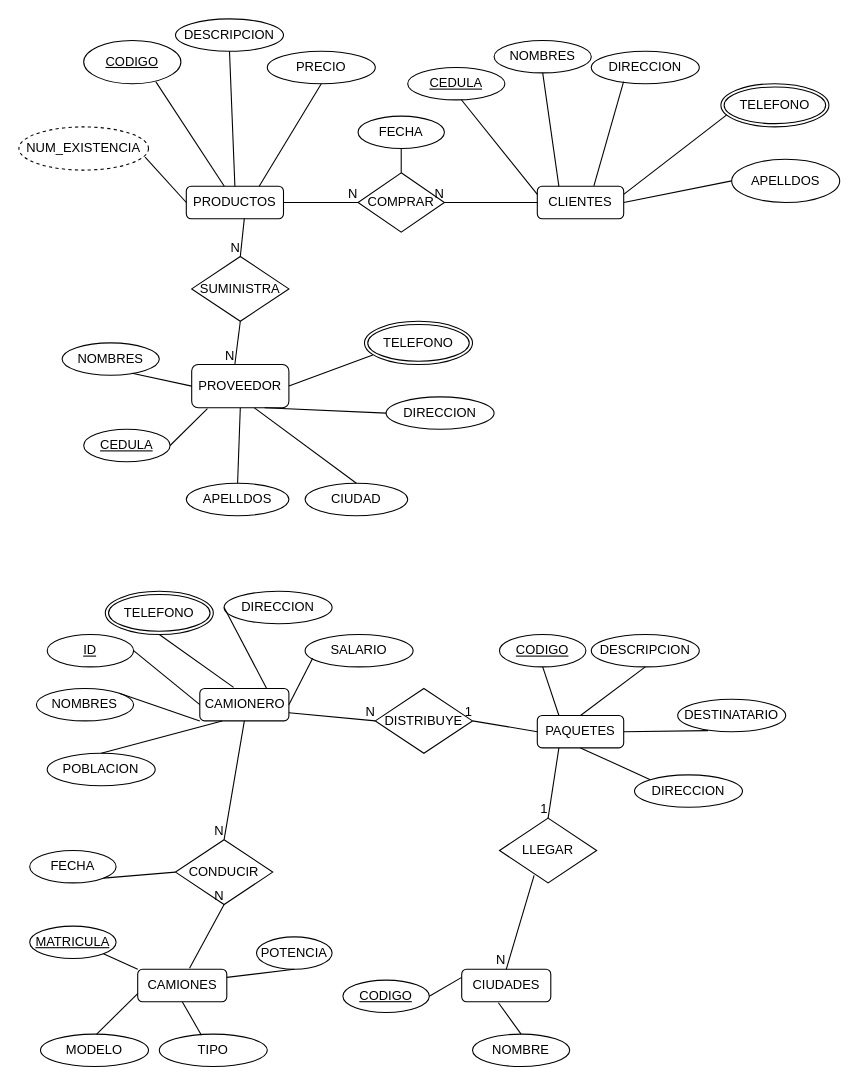
Before: Diagrama sin título.drawio in ncardenr/Miprimergit, a draw.io diagram. Source tidied: cells renumbered, new cells numbered last; positions are measured from the earlier drawing's top-left corner, leaving out a move shared by most shapes. Both pictures are drawn from the tidied source at 108%, with x=0, y=0 at pixel (18, 18).
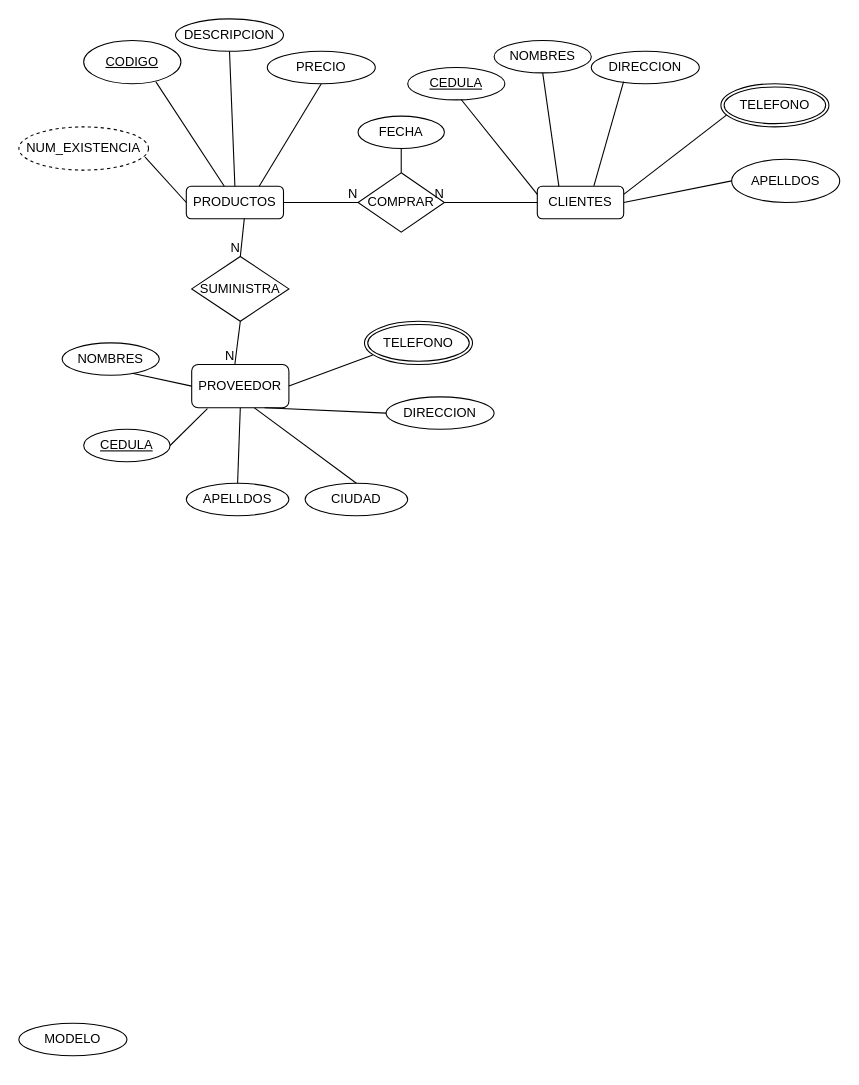
After the change.

Diff of the diagram source:
```diff
@@
-    <mxCell id="47" value="CAMIONERO" style="rounded=1;whiteSpace=wrap;html=1;" parent="1" vertex="1">
-      <mxGeometry x="167.5" y="620" width="82.5" height="30" as="geometry" />
-    </mxCell>
-    <mxCell id="48" value="NOMBRES" style="ellipse;whiteSpace=wrap;html=1;align=center;" parent="1" vertex="1">
-      <mxGeometry x="16.2" y="620" width="90" height="30" as="geometry" />
-    </mxCell>
-    <mxCell id="49" value="TELEFONO" style="ellipse;shape=doubleEllipse;margin=3;whiteSpace=wrap;html=1;align=center;" parent="1" vertex="1">
-      <mxGeometry x="80" y="530" width="100" height="40" as="geometry" />
-    </mxCell>
-    <mxCell id="50" value="DIRECCION" style="ellipse;whiteSpace=wrap;html=1;align=center;" parent="1" vertex="1">
-      <mxGeometry x="190" y="530" width="100" height="30" as="geometry" />
-    </mxCell>
-    <mxCell id="51" value="SALARIO" style="ellipse;whiteSpace=wrap;html=1;align=center;" parent="1" vertex="1">
-      <mxGeometry x="265" y="570" width="100" height="30" as="geometry" />
-    </mxCell>
-    <mxCell id="52" value="POBLACION" style="ellipse;whiteSpace=wrap;html=1;align=center;" parent="1" vertex="1">
-      <mxGeometry x="26.2" y="680" width="100" height="30" as="geometry" />
-    </mxCell>
-    <mxCell id="53" value="PAQUETES" style="rounded=1;whiteSpace=wrap;html=1;" parent="1" vertex="1">
-      <mxGeometry x="480" y="645" width="80" height="30" as="geometry" />
-    </mxCell>
-    <mxCell id="54" value="ID" style="ellipse;whiteSpace=wrap;html=1;align=center;fontStyle=4;" parent="1" vertex="1">
-      <mxGeometry x="26.2" y="570" width="80" height="30" as="geometry" />
-    </mxCell>
-    <mxCell id="55" value="CODIGO" style="ellipse;whiteSpace=wrap;html=1;align=center;fontStyle=4;" parent="1" vertex="1">
-      <mxGeometry x="445" y="570" width="80" height="30" as="geometry" />
-    </mxCell>
-    <mxCell id="56" value="DESCRIPCION" style="ellipse;whiteSpace=wrap;html=1;align=center;" parent="1" vertex="1">
-      <mxGeometry x="530" y="570" width="100" height="30" as="geometry" />
-    </mxCell>
-    <mxCell id="57" value="DESTINATARIO" style="ellipse;whiteSpace=wrap;html=1;align=center;" parent="1" vertex="1">
-      <mxGeometry x="610" y="630" width="100" height="30" as="geometry" />
-    </mxCell>
-    <mxCell id="58" value="DIRECCION" style="ellipse;whiteSpace=wrap;html=1;align=center;" parent="1" vertex="1">
-      <mxGeometry x="570" y="700" width="100" height="30" as="geometry" />
-    </mxCell>
-    <mxCell id="59" style="endArrow=none;html=1;rounded=0;exitX=0.379;exitY=-0.033;exitDx=0;exitDy=0;exitPerimeter=0;entryX=0.5;entryY=1;entryDx=0;entryDy=0;" parent="1" edge="1" source="47" target="49">
-      <mxGeometry relative="1" as="geometry" />
-    </mxCell>
-    <mxCell id="60" style="endArrow=none;html=1;rounded=0;entryX=0.25;entryY=1;entryDx=0;entryDy=0;exitX=0.5;exitY=0;exitDx=0;exitDy=0;" parent="1" edge="1" source="52" target="47">
-      <mxGeometry relative="1" as="geometry" />
-    </mxCell>
-    <mxCell id="61" style="endArrow=none;html=1;rounded=0;exitX=0.07;exitY=0.733;exitDx=0;exitDy=0;entryX=1;entryY=0.5;entryDx=0;entryDy=0;exitPerimeter=0;" parent="1" edge="1" source="51" target="47">
-      <mxGeometry relative="1" as="geometry" />
-    </mxCell>
-    <mxCell id="62" style="endArrow=none;html=1;rounded=0;exitX=0;exitY=0.5;exitDx=0;exitDy=0;entryX=0.75;entryY=0;entryDx=0;entryDy=0;" parent="1" edge="1" source="50" target="47">
-      <mxGeometry relative="1" as="geometry" />
-    </mxCell>
-    <mxCell id="63" style="endArrow=none;html=1;rounded=0;exitX=0;exitY=0.5;exitDx=0;exitDy=0;entryX=1;entryY=0.5;entryDx=0;entryDy=0;" parent="1" edge="1" source="47" target="54">
-      <mxGeometry relative="1" as="geometry" />
-    </mxCell>
-    <mxCell id="64" style="endArrow=none;html=1;rounded=0;exitX=1;exitY=0;exitDx=0;exitDy=0;entryX=0;entryY=1;entryDx=0;entryDy=0;" parent="1" edge="1" source="48" target="47">
-      <mxGeometry relative="1" as="geometry" />
-    </mxCell>
-    <mxCell id="65" style="endArrow=none;html=1;rounded=0;exitX=0.5;exitY=1;exitDx=0;exitDy=0;entryX=0;entryY=0;entryDx=0;entryDy=0;" parent="1" edge="1" source="53" target="58">
-      <mxGeometry relative="1" as="geometry" />
-    </mxCell>
-    <mxCell id="66" style="endArrow=none;html=1;rounded=0;exitX=0.5;exitY=1;exitDx=0;exitDy=0;entryX=0.5;entryY=0;entryDx=0;entryDy=0;" parent="1" edge="1" source="56" target="53">
-      <mxGeometry relative="1" as="geometry" />
-    </mxCell>
-    <mxCell id="67" style="endArrow=none;html=1;rounded=0;entryX=1;entryY=0.5;entryDx=0;entryDy=0;exitX=0.28;exitY=0.967;exitDx=0;exitDy=0;exitPerimeter=0;" parent="1" edge="1" source="57" target="53">
-      <mxGeometry relative="1" as="geometry" />
-    </mxCell>
-    <mxCell id="68" style="endArrow=none;html=1;rounded=0;exitX=0.5;exitY=1;exitDx=0;exitDy=0;entryX=0.25;entryY=0;entryDx=0;entryDy=0;" parent="1" edge="1" source="55" target="53">
-      <mxGeometry relative="1" as="geometry" />
-    </mxCell>
-    <mxCell id="69" value="DISTRIBUYE" style="shape=rhombus;perimeter=rhombusPerimeter;whiteSpace=wrap;html=1;align=center;" parent="1" vertex="1">
-      <mxGeometry x="330" y="620" width="90" height="60" as="geometry" />
-    </mxCell>
-    <mxCell id="70" style="endArrow=none;html=1;rounded=0;exitX=1;exitY=0.75;exitDx=0;exitDy=0;entryX=0;entryY=0.5;entryDx=0;entryDy=0;" parent="1" edge="1" source="47" target="69">
-      <mxGeometry relative="1" as="geometry" />
-    </mxCell>
-    <mxCell id="71" value="N" style="html=1;align=right;verticalAlign=bottom;" parent="70" vertex="1">
-      <mxGeometry x="1" relative="1" as="geometry" />
-    </mxCell>
-    <mxCell id="72" style="endArrow=none;html=1;rounded=0;exitX=0;exitY=0.5;exitDx=0;exitDy=0;entryX=1;entryY=0.5;entryDx=0;entryDy=0;" parent="1" edge="1" source="53" target="69">
-      <mxGeometry relative="1" as="geometry" />
-    </mxCell>
-    <mxCell id="73" value="1" style="html=1;align=right;verticalAlign=bottom;" parent="72" vertex="1">
-      <mxGeometry x="1" relative="1" as="geometry" />
-    </mxCell>
-    <mxCell id="74" value="CIUDADES" style="rounded=1;whiteSpace=wrap;html=1;" parent="1" vertex="1">
-      <mxGeometry x="410" y="880" width="82.5" height="30" as="geometry" />
-    </mxCell>
-    <mxCell id="75" value="CODIGO" style="ellipse;whiteSpace=wrap;html=1;align=center;fontStyle=4;" parent="1" vertex="1">
-      <mxGeometry x="300" y="890" width="80" height="30" as="geometry" />
-    </mxCell>
-    <mxCell id="76" value="NOMBRE" style="ellipse;whiteSpace=wrap;html=1;align=center;" parent="1" vertex="1">
-      <mxGeometry x="420" y="940" width="90" height="30" as="geometry" />
-    </mxCell>
-    <mxCell id="77" style="endArrow=none;html=1;rounded=0;entryX=0;entryY=0.25;entryDx=0;entryDy=0;exitX=1;exitY=0.5;exitDx=0;exitDy=0;" parent="1" edge="1" source="75" target="74">
-      <mxGeometry relative="1" as="geometry" />
-    </mxCell>
-    <mxCell id="78" style="endArrow=none;html=1;rounded=0;entryX=0.5;entryY=0;entryDx=0;entryDy=0;exitX=0.412;exitY=1.033;exitDx=0;exitDy=0;exitPerimeter=0;" parent="1" edge="1" source="74" target="76">
-      <mxGeometry relative="1" as="geometry" />
-    </mxCell>
-    <mxCell id="79" value="LLEGAR" style="shape=rhombus;perimeter=rhombusPerimeter;whiteSpace=wrap;html=1;align=center;" parent="1" vertex="1">
-      <mxGeometry x="445" y="740" width="90" height="60" as="geometry" />
-    </mxCell>
-    <mxCell id="80" style="endArrow=none;html=1;rounded=0;exitX=0.25;exitY=1;exitDx=0;exitDy=0;entryX=0.5;entryY=0;entryDx=0;entryDy=0;" parent="1" edge="1" source="53" target="79">
-      <mxGeometry relative="1" as="geometry" />
-    </mxCell>
-    <mxCell id="81" value="1" style="html=1;align=right;verticalAlign=bottom;" parent="80" vertex="1">
-      <mxGeometry x="1" relative="1" as="geometry" />
-    </mxCell>
-    <mxCell id="82" style="endArrow=none;html=1;rounded=0;exitX=0.356;exitY=0.883;exitDx=0;exitDy=0;exitPerimeter=0;entryX=0.5;entryY=0;entryDx=0;entryDy=0;" parent="1" edge="1" source="79" target="74">
-      <mxGeometry relative="1" as="geometry" />
-    </mxCell>
-    <mxCell id="83" value="N" style="html=1;align=right;verticalAlign=bottom;" parent="82" vertex="1">
-      <mxGeometry x="1" relative="1" as="geometry" />
-    </mxCell>
-    <mxCell id="84" value="CAMIONES" style="rounded=1;whiteSpace=wrap;html=1;" parent="1" vertex="1">
-      <mxGeometry x="110" y="880" width="82.5" height="30" as="geometry" />
-    </mxCell>
-    <mxCell id="85" value="MATRICULA" style="ellipse;whiteSpace=wrap;html=1;align=center;fontStyle=4;" parent="1" vertex="1">
-      <mxGeometry x="10" y="840" width="80" height="30" as="geometry" />
-    </mxCell>
     <mxCell id="86" value="MODELO" style="ellipse;whiteSpace=wrap;html=1;align=center;" parent="1" vertex="1">
-      <mxGeometry x="20" y="940" width="100" height="30" as="geometry" />
+      <mxGeometry y="930" width="100" height="30" as="geometry" />
     </mxCell>
-    <mxCell id="87" value="TIPO" style="ellipse;whiteSpace=wrap;html=1;align=center;" parent="1" vertex="1">
-      <mxGeometry x="130" y="940" width="100" height="30" as="geometry" />
-    </mxCell>
-    <mxCell id="88" value="POTENCIA" style="ellipse;whiteSpace=wrap;html=1;align=center;" parent="1" vertex="1">
-      <mxGeometry x="220" y="850" width="70" height="30" as="geometry" />
-    </mxCell>
-    <mxCell id="89" style="endArrow=none;html=1;rounded=0;entryX=0.5;entryY=1;entryDx=0;entryDy=0;exitX=0.39;exitY=0.033;exitDx=0;exitDy=0;exitPerimeter=0;" parent="1" edge="1" source="87" target="84">
-      <mxGeometry relative="1" as="geometry" />
-    </mxCell>
-    <mxCell id="90" style="endArrow=none;html=1;rounded=0;entryX=0;entryY=0.75;entryDx=0;entryDy=0;exitX=0.5;exitY=0;exitDx=0;exitDy=0;" parent="1" edge="1" target="84">
-      <mxGeometry relative="1" as="geometry">
-        <mxPoint x="72" y="940" as="sourcePoint" />
-      </mxGeometry>
-    </mxCell>
-    <mxCell id="91" style="endArrow=none;html=1;rounded=0;exitX=1;exitY=1;exitDx=0;exitDy=0;entryX=0;entryY=0;entryDx=0;entryDy=0;" parent="1" edge="1" source="85" target="84">
-      <mxGeometry relative="1" as="geometry" />
-    </mxCell>
-    <mxCell id="92" style="endArrow=none;html=1;rounded=0;entryX=1;entryY=0.25;entryDx=0;entryDy=0;exitX=0.5;exitY=1;exitDx=0;exitDy=0;" parent="1" edge="1" source="88" target="84">
-      <mxGeometry relative="1" as="geometry" />
-    </mxCell>
-    <mxCell id="93" value="CONDUCIR" style="shape=rhombus;perimeter=rhombusPerimeter;whiteSpace=wrap;html=1;align=center;" parent="1" vertex="1">
-      <mxGeometry x="145" y="760" width="90" height="60" as="geometry" />
-    </mxCell>
-    <mxCell id="94" style="endArrow=none;html=1;rounded=0;entryX=0.5;entryY=0;entryDx=0;entryDy=0;exitX=0.5;exitY=1;exitDx=0;exitDy=0;" parent="1" edge="1" source="47" target="93">
-      <mxGeometry relative="1" as="geometry" />
-    </mxCell>
-    <mxCell id="95" value="N" style="html=1;align=right;verticalAlign=bottom;" parent="94" vertex="1">
-      <mxGeometry x="1" relative="1" as="geometry" />
-    </mxCell>
-    <mxCell id="96" value="FECHA" style="ellipse;whiteSpace=wrap;html=1;align=center;" parent="1" vertex="1">
-      <mxGeometry x="10" y="770" width="80" height="30" as="geometry" />
-    </mxCell>
-    <mxCell id="97" style="endArrow=none;html=1;rounded=0;exitX=0;exitY=0.5;exitDx=0;exitDy=0;entryX=1;entryY=1;entryDx=0;entryDy=0;" parent="1" edge="1" source="93" target="96">
-      <mxGeometry relative="1" as="geometry" />
-    </mxCell>
-    <mxCell id="98" style="endArrow=none;html=1;rounded=0;entryX=0.5;entryY=1;entryDx=0;entryDy=0;exitX=0.582;exitY=-0.033;exitDx=0;exitDy=0;exitPerimeter=0;" parent="1" edge="1" source="84" target="93">
-      <mxGeometry relative="1" as="geometry" />
-    </mxCell>
-    <mxCell id="99" value="N" style="html=1;align=right;verticalAlign=bottom;" parent="98" vertex="1">
-      <mxGeometry x="1" relative="1" as="geometry" />
-    </mxCell>
```
